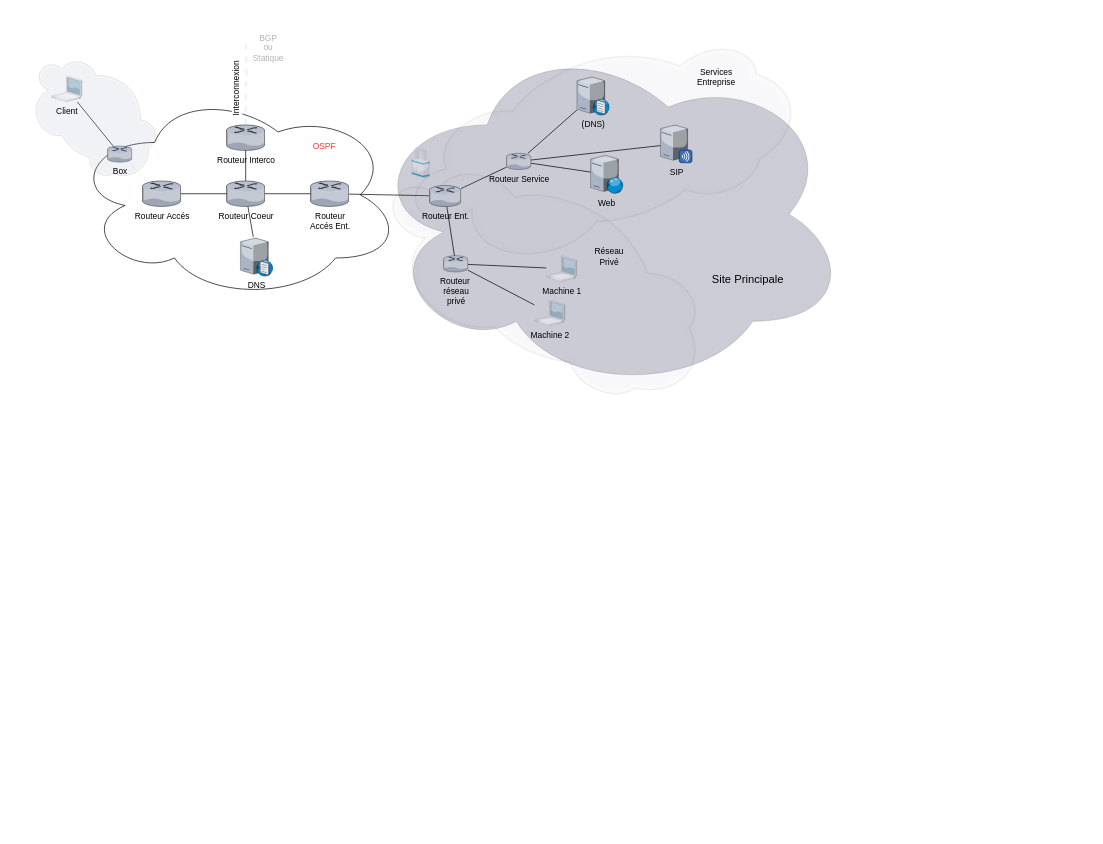
The draw.io diagram schema.drawio in DinoGurnari/Projet_Interco_GroupeA4, before the edit. Source tidied: cells renumbered, new cells numbered last; positions are measured from the earlier drawing's top-left corner, leaving out a move shared by most shapes. Both pictures are drawn from the tidied source at 70%, with x=0, y=0 at pixel (23, 35).
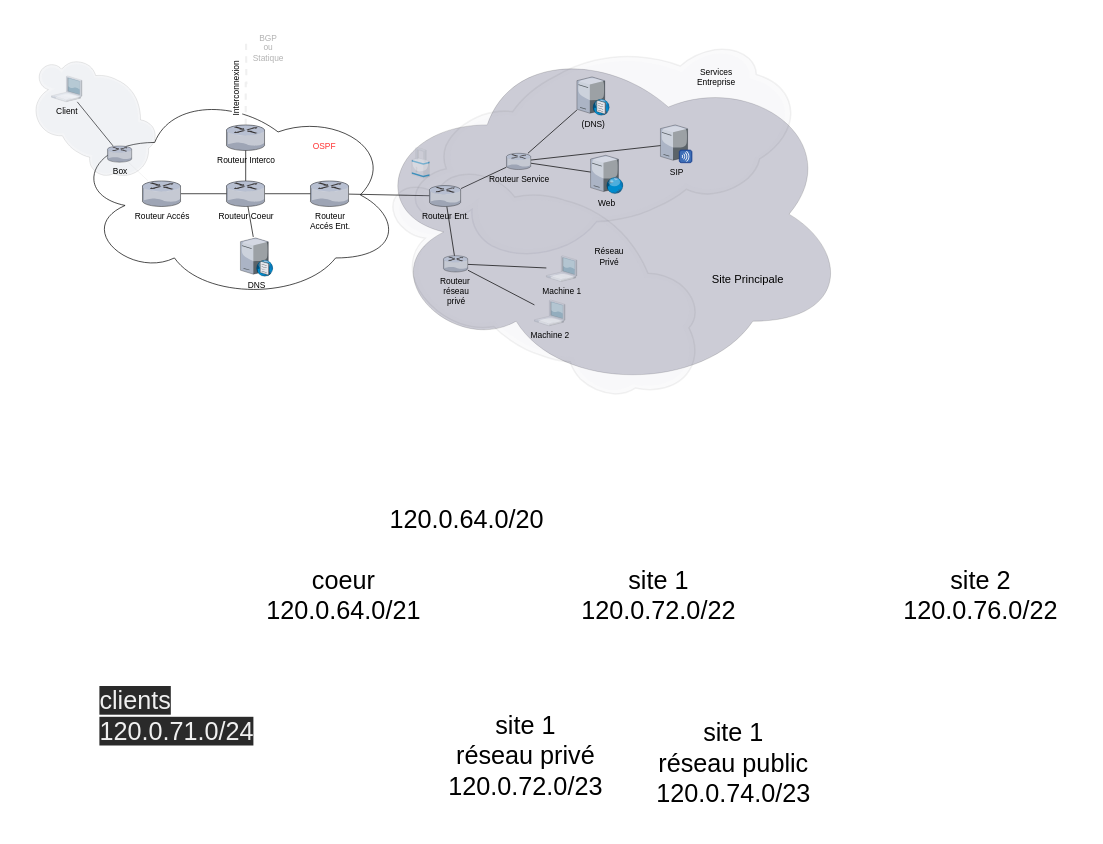
After the change.

Diff of the diagram source:
```diff
@@
+    <mxCell id="44" value="&lt;font style=&quot;font-size: 36px&quot;&gt;&lt;br&gt;&lt;br&gt; 120.0.64.0/20 &lt;/font&gt;" style="text;html=1;strokeColor=none;fillColor=none;align=center;verticalAlign=middle;whiteSpace=wrap;rounded=0;" parent="1" vertex="1">
+      <mxGeometry x="475.7" y="538" width="315" height="220" as="geometry" />
+    </mxCell>
+    <mxCell id="45" value="&lt;font style=&quot;font-size: 36px&quot;&gt;&lt;br&gt;coeur&lt;br&gt; 120.0.64.0/21&lt;/font&gt;" style="text;html=1;strokeColor=none;fillColor=none;align=center;verticalAlign=middle;whiteSpace=wrap;rounded=0;" parent="1" vertex="1">
+      <mxGeometry x="300" y="668" width="315" height="220" as="geometry" />
+    </mxCell>
+    <mxCell id="46" value="&lt;font style=&quot;font-size: 36px&quot;&gt;&lt;br&gt;site 1&lt;br&gt; 120.0.72.0/22&lt;/font&gt;" style="text;html=1;strokeColor=none;fillColor=none;align=center;verticalAlign=middle;whiteSpace=wrap;rounded=0;" parent="1" vertex="1">
+      <mxGeometry x="750" y="668" width="315" height="220" as="geometry" />
+    </mxCell>
+    <mxCell id="47" value="&lt;font style=&quot;font-size: 36px&quot;&gt;&lt;br&gt;site 2&lt;br&gt; 120.0.76.0/22&lt;/font&gt;" style="text;html=1;strokeColor=none;fillColor=none;align=center;verticalAlign=middle;whiteSpace=wrap;rounded=0;" parent="1" vertex="1">
+      <mxGeometry x="1210" y="668" width="315" height="220" as="geometry" />
+    </mxCell>
+    <mxCell id="48" value="&lt;font style=&quot;font-size: 36px&quot;&gt;&lt;br&gt;site 1&lt;br&gt;réseau privé&lt;br&gt; 120.0.72.0/23&lt;/font&gt;" style="text;html=1;strokeColor=none;fillColor=none;align=center;verticalAlign=middle;whiteSpace=wrap;rounded=0;" parent="1" vertex="1">
+      <mxGeometry x="560" y="897" width="315" height="220" as="geometry" />
+    </mxCell>
+    <mxCell id="49" value="&lt;font style=&quot;font-size: 36px&quot;&gt;&lt;br&gt;site 1&lt;br&gt;réseau public&lt;br&gt; 120.0.74.0/23&lt;/font&gt;" style="text;html=1;strokeColor=none;fillColor=none;align=center;verticalAlign=middle;whiteSpace=wrap;rounded=0;" parent="1" vertex="1">
+      <mxGeometry x="856.8" y="908" width="315" height="220" as="geometry" />
+    </mxCell>
+    <mxCell id="50" value="&lt;br style=&quot;color: rgb(240 , 240 , 240) ; font-family: &amp;#34;helvetica&amp;#34; ; font-size: 36px ; font-style: normal ; font-weight: 400 ; letter-spacing: normal ; text-align: center ; text-indent: 0px ; text-transform: none ; word-spacing: 0px ; background-color: rgb(42 , 42 , 42)&quot;&gt;&lt;span style=&quot;color: rgb(240 , 240 , 240) ; font-family: &amp;#34;helvetica&amp;#34; ; font-size: 36px ; font-style: normal ; font-weight: 400 ; letter-spacing: normal ; text-align: center ; text-indent: 0px ; text-transform: none ; word-spacing: 0px ; background-color: rgb(42 , 42 , 42) ; display: inline ; float: none&quot;&gt;clients&lt;/span&gt;&lt;br style=&quot;color: rgb(240 , 240 , 240) ; font-family: &amp;#34;helvetica&amp;#34; ; font-size: 36px ; font-style: normal ; font-weight: 400 ; letter-spacing: normal ; text-align: center ; text-indent: 0px ; text-transform: none ; word-spacing: 0px ; background-color: rgb(42 , 42 , 42)&quot;&gt;&lt;span style=&quot;color: rgb(240 , 240 , 240) ; font-family: &amp;#34;helvetica&amp;#34; ; font-size: 36px ; font-style: normal ; font-weight: 400 ; letter-spacing: normal ; text-align: center ; text-indent: 0px ; text-transform: none ; word-spacing: 0px ; background-color: rgb(42 , 42 , 42) ; display: inline ; float: none&quot;&gt;120.0.71.0/24&lt;/span&gt;" style="text;whiteSpace=wrap;html=1;" parent="1" vertex="1">
+      <mxGeometry x="106.5" y="908" width="250" height="230" as="geometry" />
+    </mxCell>
```
